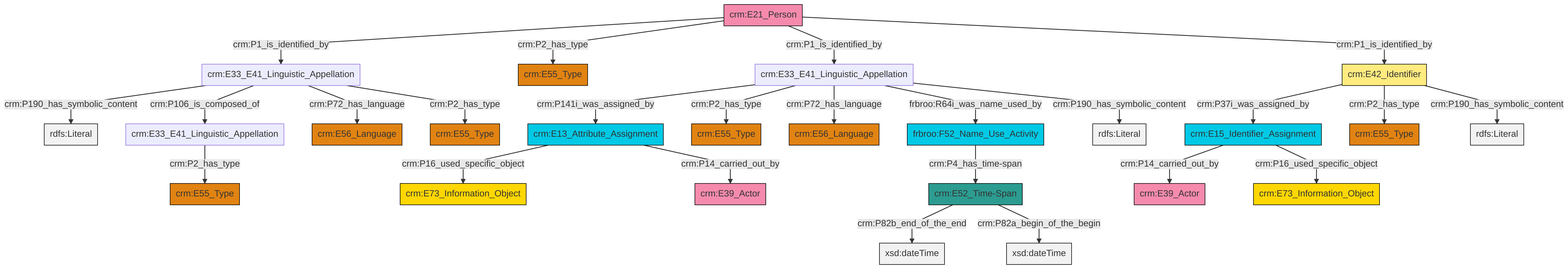
Earlier version of the Mermaid export et/personCSV/ttl/mmd/png/Person_Names_and_Classification.png (swiss-art-research-net/docs.swissartresearch). Its source is kept beside it as et/personCSV/ttl/mmd/Person_Names_and_Classification.ttl.mmd.
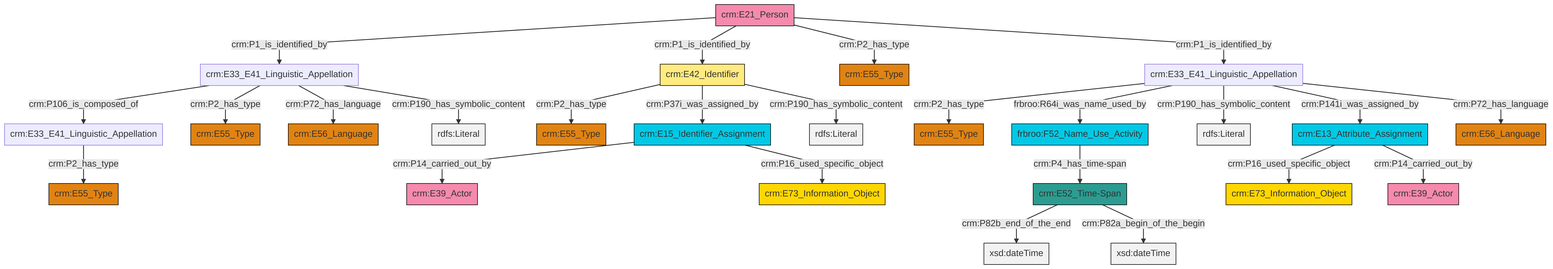
The same file after the commit.

What changed in the source:
```diff
@@ -13,27 +13,27 @@
 classDef PC_Classes fill:#4ce600, stroke:#000000;
 classDef Multi fill:#cccccc,stroke:#000000;
 
-6["crm:E52_Time-Span"]:::Time-Span -->|crm:P82b_end_of_the_end| 7[xsd:dateTime]:::Literal
-10["crm:E33_E41_Linguistic_Appellation"]:::Default -->|crm:P141i_was_assigned_by| 14["crm:E13_Attribute_Assignment"]:::Temporal_Entity
-15["crm:E42_Identifier"]:::Appellation -->|crm:P37i_was_assigned_by| 16["crm:E15_Identifier_Assignment"]:::Temporal_Entity
-10["crm:E33_E41_Linguistic_Appellation"]:::Default -->|crm:P2_has_type| 17["crm:E55_Type"]:::Type
-8["crm:E33_E41_Linguistic_Appellation"]:::Default -->|crm:P190_has_symbolic_content| 18[rdfs:Literal]:::Literal
-16["crm:E15_Identifier_Assignment"]:::Temporal_Entity -->|crm:P14_carried_out_by| 0["crm:E39_Actor"]:::Actor
-14["crm:E13_Attribute_Assignment"]:::Temporal_Entity -->|crm:P16_used_specific_object| 2["crm:E73_Information_Object"]:::Conceptual_Object
-8["crm:E33_E41_Linguistic_Appellation"]:::Default -->|crm:P106_is_composed_of| 21["crm:E33_E41_Linguistic_Appellation"]:::Default
-29["crm:E21_Person"]:::Actor -->|crm:P1_is_identified_by| 8["crm:E33_E41_Linguistic_Appellation"]:::Default
-15["crm:E42_Identifier"]:::Appellation -->|crm:P2_has_type| 32["crm:E55_Type"]:::Type
-29["crm:E21_Person"]:::Actor -->|crm:P2_has_type| 35["crm:E55_Type"]:::Type
-15["crm:E42_Identifier"]:::Appellation -->|crm:P190_has_symbolic_content| 36[rdfs:Literal]:::Literal
-10["crm:E33_E41_Linguistic_Appellation"]:::Default -->|crm:P72_has_language| 38["crm:E56_Language"]:::Type
-14["crm:E13_Attribute_Assignment"]:::Temporal_Entity -->|crm:P14_carried_out_by| 12["crm:E39_Actor"]:::Actor
-6["crm:E52_Time-Span"]:::Time-Span -->|crm:P82a_begin_of_the_begin| 39[xsd:dateTime]:::Literal
-10["crm:E33_E41_Linguistic_Appellation"]:::Default -->|frbroo:R64i_was_name_used_by| 26["frbroo:F52_Name_Use_Activity"]:::Temporal_Entity
-26["frbroo:F52_Name_Use_Activity"]:::Temporal_Entity -->|crm:P4_has_time-span| 6["crm:E52_Time-Span"]:::Time-Span
-10["crm:E33_E41_Linguistic_Appellation"]:::Default -->|crm:P190_has_symbolic_content| 43[rdfs:Literal]:::Literal
-8["crm:E33_E41_Linguistic_Appellation"]:::Default -->|crm:P72_has_language| 19["crm:E56_Language"]:::Type
-29["crm:E21_Person"]:::Actor -->|crm:P1_is_identified_by| 10["crm:E33_E41_Linguistic_Appellation"]:::Default
-21["crm:E33_E41_Linguistic_Appellation"]:::Default -->|crm:P2_has_type| 23["crm:E55_Type"]:::Type
-16["crm:E15_Identifier_Assignment"]:::Temporal_Entity -->|crm:P16_used_specific_object| 41["crm:E73_Information_Object"]:::Conceptual_Object
-8["crm:E33_E41_Linguistic_Appellation"]:::Default -->|crm:P2_has_type| 4["crm:E55_Type"]:::Type
-29["crm:E21_Person"]:::Actor -->|crm:P1_is_identified_by| 15["crm:E42_Identifier"]:::Appellation
+2["crm:E33_E41_Linguistic_Appellation"]:::Default -->|crm:P106_is_composed_of| 3["crm:E33_E41_Linguistic_Appellation"]:::Default
+7["frbroo:F52_Name_Use_Activity"]:::Temporal_Entity -->|crm:P4_has_time-span| 5["crm:E52_Time-Span"]:::Time-Span
+2["crm:E33_E41_Linguistic_Appellation"]:::Default -->|crm:P2_has_type| 8["crm:E55_Type"]:::Type
+0["crm:E13_Attribute_Assignment"]:::Temporal_Entity -->|crm:P16_used_specific_object| 9["crm:E73_Information_Object"]:::Conceptual_Object
+0["crm:E13_Attribute_Assignment"]:::Temporal_Entity -->|crm:P14_carried_out_by| 10["crm:E39_Actor"]:::Actor
+3["crm:E33_E41_Linguistic_Appellation"]:::Default -->|crm:P2_has_type| 11["crm:E55_Type"]:::Type
+12["crm:E42_Identifier"]:::Appellation -->|crm:P2_has_type| 13["crm:E55_Type"]:::Type
+14["crm:E33_E41_Linguistic_Appellation"]:::Default -->|crm:P2_has_type| 15["crm:E55_Type"]:::Type
+18["crm:E15_Identifier_Assignment"]:::Temporal_Entity -->|crm:P14_carried_out_by| 19["crm:E39_Actor"]:::Actor
+12["crm:E42_Identifier"]:::Appellation -->|crm:P37i_was_assigned_by| 18["crm:E15_Identifier_Assignment"]:::Temporal_Entity
+14["crm:E33_E41_Linguistic_Appellation"]:::Default -->|frbroo:R64i_was_name_used_by| 7["frbroo:F52_Name_Use_Activity"]:::Temporal_Entity
+16["crm:E21_Person"]:::Actor -->|crm:P1_is_identified_by| 2["crm:E33_E41_Linguistic_Appellation"]:::Default
+16["crm:E21_Person"]:::Actor -->|crm:P1_is_identified_by| 12["crm:E42_Identifier"]:::Appellation
+2["crm:E33_E41_Linguistic_Appellation"]:::Default -->|crm:P72_has_language| 30["crm:E56_Language"]:::Type
+18["crm:E15_Identifier_Assignment"]:::Temporal_Entity -->|crm:P16_used_specific_object| 20["crm:E73_Information_Object"]:::Conceptual_Object
+5["crm:E52_Time-Span"]:::Time-Span -->|crm:P82b_end_of_the_end| 33[xsd:dateTime]:::Literal
+16["crm:E21_Person"]:::Actor -->|crm:P2_has_type| 35["crm:E55_Type"]:::Type
+2["crm:E33_E41_Linguistic_Appellation"]:::Default -->|crm:P190_has_symbolic_content| 36[rdfs:Literal]:::Literal
+5["crm:E52_Time-Span"]:::Time-Span -->|crm:P82a_begin_of_the_begin| 43[xsd:dateTime]:::Literal
+14["crm:E33_E41_Linguistic_Appellation"]:::Default -->|crm:P190_has_symbolic_content| 44[rdfs:Literal]:::Literal
+16["crm:E21_Person"]:::Actor -->|crm:P1_is_identified_by| 14["crm:E33_E41_Linguistic_Appellation"]:::Default
+14["crm:E33_E41_Linguistic_Appellation"]:::Default -->|crm:P141i_was_assigned_by| 0["crm:E13_Attribute_Assignment"]:::Temporal_Entity
+12["crm:E42_Identifier"]:::Appellation -->|crm:P190_has_symbolic_content| 45[rdfs:Literal]:::Literal
+14["crm:E33_E41_Linguistic_Appellation"]:::Default -->|crm:P72_has_language| 25["crm:E56_Language"]:::Type
```
